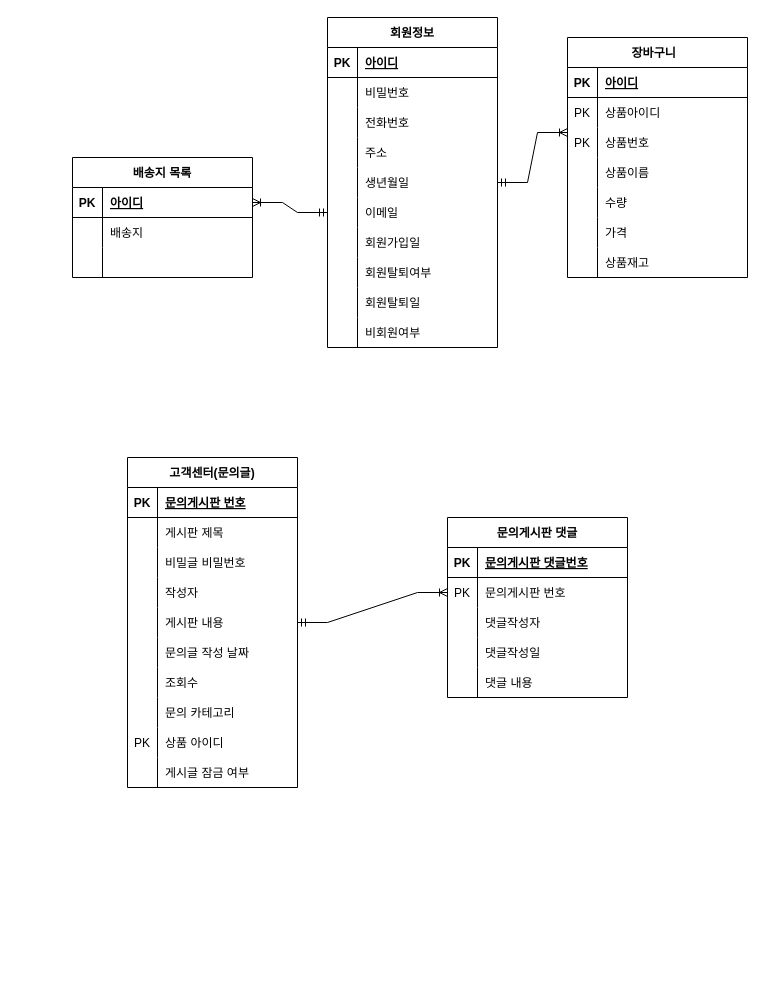
Before: 제목 없는 다이어그램.drawio in biii04/index01, a draw.io diagram. Source tidied: cells renumbered, new cells numbered last; positions are measured from the earlier drawing's top-left corner, leaving out a move shared by most shapes. Both pictures are drawn from the tidied source at 100%, with x=0, y=0 at pixel (72, 17).
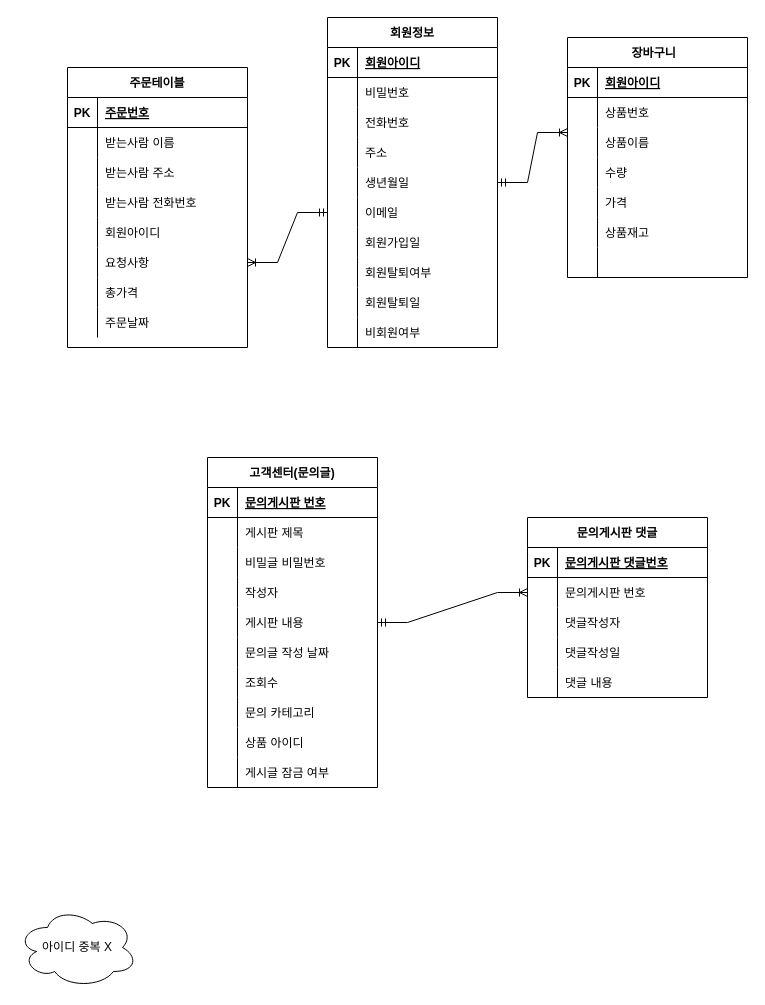
The same diagram, later.

Commit message:
제목 없는 다이어그램.drawio 업데이트

The change refers to these unchanged cells:
```xml
<mxCell id="3" style="shape=tableRow;horizontal=0;startSize=0;swimlaneHead=0;swimlaneBody=0;fillColor=none;top=0;left=0;right=0;bottom=1;" parent="2" vertex="1">
  <mxGeometry y="30" width="170" height="30" as="geometry" />
</mxCell>
<mxCell id="18" style="shape=tableRow;horizontal=0;startSize=0;swimlaneHead=0;swimlaneBody=0;fillColor=none;points=[[0,0.5],[1,0.5]];portConstraint=eastwest;top=0;left=0;right=0;bottom=0;" parent="2" vertex="1">
  <mxGeometry y="180" width="170" height="30" as="geometry" />
</mxCell>
<mxCell id="34" style="shape=tableRow;horizontal=0;startSize=0;swimlaneHead=0;swimlaneBody=0;fillColor=none;top=0;left=0;right=0;bottom=1;" parent="33" vertex="1">
  <mxGeometry y="30" width="180" height="30" as="geometry" />
</mxCell>
<mxCell id="37" style="shape=tableRow;horizontal=0;startSize=0;swimlaneHead=0;swimlaneBody=0;fillColor=none;top=0;left=0;right=0;bottom=0;" parent="33" vertex="1">
  <mxGeometry y="60" width="180" height="30" as="geometry" />
</mxCell>
<mxCell id="40" style="shape=tableRow;horizontal=0;startSize=0;swimlaneHead=0;swimlaneBody=0;fillColor=none;points=[[0,0.5],[1,0.5]];portConstraint=eastwest;top=0;left=0;right=0;bottom=0;" parent="33" vertex="1">
  <mxGeometry y="90" width="180" height="30" as="geometry" />
</mxCell>
<mxCell id="43" style="shape=tableRow;horizontal=0;startSize=0;swimlaneHead=0;swimlaneBody=0;fillColor=none;top=0;left=0;right=0;bottom=0;" parent="33" vertex="1">
  <mxGeometry y="120" width="180" height="30" as="geometry" />
</mxCell>
<mxCell id="46" style="shape=tableRow;horizontal=0;startSize=0;swimlaneHead=0;swimlaneBody=0;fillColor=none;top=0;left=0;right=0;bottom=0;" parent="33" vertex="1">
  <mxGeometry y="150" width="180" height="30" as="geometry" />
</mxCell>
<mxCell id="49" style="shape=tableRow;horizontal=0;startSize=0;swimlaneHead=0;swimlaneBody=0;fillColor=none;top=0;left=0;right=0;bottom=0;" parent="33" vertex="1">
  <mxGeometry y="180" width="180" height="30" as="geometry" />
</mxCell>
<mxCell id="52" style="shape=tableRow;horizontal=0;startSize=0;swimlaneHead=0;swimlaneBody=0;fillColor=none;top=0;left=0;right=0;bottom=0;" parent="33" vertex="1">
  <mxGeometry y="210" width="180" height="30" as="geometry" />
</mxCell>
<mxCell id="80" style="shape=tableRow;horizontal=0;startSize=0;swimlaneHead=0;swimlaneBody=0;fillColor=none;top=0;left=0;right=0;bottom=0;" parent="55" vertex="1">
  <mxGeometry y="270" width="170" height="30" as="geometry" />
</mxCell>
<mxCell id="90" style="shape=tableRow;horizontal=0;startSize=0;swimlaneHead=0;swimlaneBody=0;fillColor=none;points=[[0,0.5],[1,0.5]];portConstraint=eastwest;top=0;left=0;right=0;bottom=0;" parent="86" vertex="1">
  <mxGeometry y="60" width="180" height="30" as="geometry" />
</mxCell>
```

What changed in the source:
```diff
@@
-    <mxCell id="5" value="아이디" style="shape=partialRectangle;fillColor=none;top=0;left=0;bottom=0;right=0;align=left;spacingLeft=6;fontStyle=5;overflow=hidden;" parent="3" vertex="1">
+    <mxCell id="5" value="회원아이디" style="shape=partialRectangle;fillColor=none;top=0;left=0;bottom=0;right=0;align=left;spacingLeft=6;fontStyle=5;overflow=hidden;" parent="3" vertex="1">
       <mxGeometry x="30" width="140" height="30" as="geometry" />
     </mxCell>
@@
-    <mxCell id="36" value="아이디" style="shape=partialRectangle;fillColor=none;top=0;left=0;bottom=0;right=0;align=left;spacingLeft=6;fontStyle=5;overflow=hidden;" parent="34" vertex="1">
+    <mxCell id="36" value="회원아이디" style="shape=partialRectangle;fillColor=none;top=0;left=0;bottom=0;right=0;align=left;spacingLeft=6;fontStyle=5;overflow=hidden;" parent="34" vertex="1">
       <mxGeometry x="30" width="150" height="30" as="geometry" />
     </mxCell>
@@
-    <mxCell id="38" value="PK" style="shape=partialRectangle;fillColor=none;top=0;left=0;bottom=0;right=0;overflow=hidden;" parent="37" vertex="1">
+    <mxCell id="38" style="shape=partialRectangle;fillColor=none;top=0;left=0;bottom=0;right=0;overflow=hidden;" parent="37" vertex="1">
       <mxGeometry width="30" height="30" as="geometry" />
     </mxCell>
-    <mxCell id="39" value="상품아이디" style="shape=partialRectangle;fillColor=none;top=0;left=0;bottom=0;right=0;align=left;spacingLeft=6;overflow=hidden;" parent="37" vertex="1">
+    <mxCell id="39" value="상품번호" style="shape=partialRectangle;fillColor=none;top=0;left=0;bottom=0;right=0;align=left;spacingLeft=6;overflow=hidden;" parent="37" vertex="1">
       <mxGeometry x="30" width="150" height="30" as="geometry" />
     </mxCell>
@@
-    <mxCell id="41" value="PK" style="shape=partialRectangle;fillColor=none;top=0;left=0;bottom=0;right=0;overflow=hidden;" parent="40" vertex="1">
+    <mxCell id="41" style="shape=partialRectangle;fillColor=none;top=0;left=0;bottom=0;right=0;overflow=hidden;" parent="40" vertex="1">
       <mxGeometry width="30" height="30" as="geometry" />
     </mxCell>
-    <mxCell id="42" value="상품번호" style="shape=partialRectangle;fillColor=none;top=0;left=0;bottom=0;right=0;align=left;spacingLeft=6;overflow=hidden;" parent="40" vertex="1">
+    <mxCell id="42" value="상품이름" style="shape=partialRectangle;fillColor=none;top=0;left=0;bottom=0;right=0;align=left;spacingLeft=6;overflow=hidden;" parent="40" vertex="1">
       <mxGeometry x="30" width="150" height="30" as="geometry" />
     </mxCell>
@@
-    <mxCell id="45" value="상품이름" style="shape=partialRectangle;fillColor=none;top=0;left=0;bottom=0;right=0;align=left;spacingLeft=6;overflow=hidden;" parent="43" vertex="1">
+    <mxCell id="45" value="수량" style="shape=partialRectangle;fillColor=none;top=0;left=0;bottom=0;right=0;align=left;spacingLeft=6;overflow=hidden;" parent="43" vertex="1">
       <mxGeometry x="30" width="150" height="30" as="geometry" />
     </mxCell>
@@
-    <mxCell id="48" value="수량" style="shape=partialRectangle;fillColor=none;top=0;left=0;bottom=0;right=0;align=left;spacingLeft=6;overflow=hidden;" parent="46" vertex="1">
+    <mxCell id="48" value="가격" style="shape=partialRectangle;fillColor=none;top=0;left=0;bottom=0;right=0;align=left;spacingLeft=6;overflow=hidden;" parent="46" vertex="1">
       <mxGeometry x="30" width="150" height="30" as="geometry" />
     </mxCell>
@@
-    <mxCell id="51" value="가격" style="shape=partialRectangle;fillColor=none;top=0;left=0;bottom=0;right=0;align=left;spacingLeft=6;overflow=hidden;" parent="49" vertex="1">
+    <mxCell id="51" value="상품재고" style="shape=partialRectangle;fillColor=none;top=0;left=0;bottom=0;right=0;align=left;spacingLeft=6;overflow=hidden;" parent="49" vertex="1">
       <mxGeometry x="30" width="150" height="30" as="geometry" />
     </mxCell>
@@
-    <mxCell id="54" value="상품재고" style="shape=partialRectangle;fillColor=none;top=0;left=0;bottom=0;right=0;align=left;spacingLeft=6;overflow=hidden;" parent="52" vertex="1">
+    <mxCell id="54" style="shape=partialRectangle;fillColor=none;top=0;left=0;bottom=0;right=0;align=left;spacingLeft=6;overflow=hidden;" parent="52" vertex="1">
       <mxGeometry x="30" width="150" height="30" as="geometry" />
     </mxCell>
     <mxCell id="55" value="고객센터(문의글)" style="shape=table;startSize=30;childLayout=tableLayout;rowLines=0;fontStyle=1;align=center;" parent="1" vertex="1">
-      <mxGeometry x="55" y="440" width="170" height="330" as="geometry" />
+      <mxGeometry x="135" y="440" width="170" height="330" as="geometry" />
     </mxCell>
@@
-    <mxCell id="81" value="PK" style="shape=partialRectangle;fillColor=none;top=0;left=0;bottom=0;right=0;overflow=hidden;" parent="80" vertex="1">
+    <mxCell id="81" style="shape=partialRectangle;fillColor=none;top=0;left=0;bottom=0;right=0;overflow=hidden;" parent="80" vertex="1">
       <mxGeometry width="30" height="30" as="geometry" />
     </mxCell>
@@
     <mxCell id="86" value="문의게시판 댓글" style="shape=table;startSize=30;childLayout=tableLayout;rowLines=0;fontStyle=1;align=center;" parent="1" vertex="1">
-      <mxGeometry x="375" y="500" width="180" height="180" as="geometry" />
+      <mxGeometry x="455" y="500" width="180" height="180" as="geometry" />
     </mxCell>
@@
-    <mxCell id="91" value="PK" style="shape=partialRectangle;fillColor=none;top=0;left=0;bottom=0;right=0;overflow=hidden;" parent="90" vertex="1">
+    <mxCell id="91" style="shape=partialRectangle;fillColor=none;top=0;left=0;bottom=0;right=0;overflow=hidden;" parent="90" vertex="1">
       <mxGeometry width="30" height="30" as="geometry" />
     </mxCell>
@@
-    <mxCell id="102" value="배송지 목록" style="shape=table;startSize=30;childLayout=tableLayout;rowLines=0;fontStyle=1;align=center;" parent="1" vertex="1">
-      <mxGeometry y="140" width="180" height="120" as="geometry" />
-    </mxCell>
-    <mxCell id="103" style="shape=tableRow;horizontal=0;startSize=0;swimlaneHead=0;swimlaneBody=0;fillColor=none;points=[[0,0.5],[1,0.5]];portConstraint=eastwest;top=0;left=0;right=0;bottom=1;" parent="102" vertex="1">
-      <mxGeometry y="30" width="180" height="30" as="geometry" />
-    </mxCell>
-    <mxCell id="104" value="PK" style="shape=partialRectangle;fillColor=none;top=0;left=0;bottom=0;right=0;fontStyle=1;overflow=hidden;" parent="103" vertex="1">
-      <mxGeometry width="30" height="30" as="geometry" />
-    </mxCell>
-    <mxCell id="105" value="아이디" style="shape=partialRectangle;fillColor=none;top=0;left=0;bottom=0;right=0;align=left;spacingLeft=6;fontStyle=5;overflow=hidden;" parent="103" vertex="1">
-      <mxGeometry x="30" width="150" height="30" as="geometry" />
-    </mxCell>
-    <mxCell id="106" style="shape=tableRow;horizontal=0;startSize=0;swimlaneHead=0;swimlaneBody=0;fillColor=none;top=0;left=0;right=0;bottom=0;" parent="102" vertex="1">
-      <mxGeometry y="60" width="180" height="30" as="geometry" />
-    </mxCell>
-    <mxCell id="107" style="shape=partialRectangle;fillColor=none;top=0;left=0;bottom=0;right=0;overflow=hidden;" parent="106" vertex="1">
-      <mxGeometry width="30" height="30" as="geometry" />
-    </mxCell>
-    <mxCell id="108" value="배송지" style="shape=partialRectangle;fillColor=none;top=0;left=0;bottom=0;right=0;align=left;spacingLeft=6;overflow=hidden;" parent="106" vertex="1">
-      <mxGeometry x="30" width="150" height="30" as="geometry" />
-    </mxCell>
-    <mxCell id="109" style="shape=tableRow;horizontal=0;startSize=0;swimlaneHead=0;swimlaneBody=0;fillColor=none;top=0;left=0;right=0;bottom=0;" parent="102" vertex="1">
-      <mxGeometry y="90" width="180" height="30" as="geometry" />
-    </mxCell>
-    <mxCell id="110" style="shape=partialRectangle;fillColor=none;top=0;left=0;bottom=0;right=0;overflow=hidden;" parent="109" vertex="1">
-      <mxGeometry width="30" height="30" as="geometry" />
-    </mxCell>
-    <mxCell id="111" style="shape=partialRectangle;fillColor=none;top=0;left=0;bottom=0;right=0;align=left;spacingLeft=6;overflow=hidden;" parent="109" vertex="1">
-      <mxGeometry x="30" width="150" height="30" as="geometry" />
-    </mxCell>
@@
-    <mxCell id="113" style="edgeStyle=entityRelationEdgeStyle;fontSize=12;html=1;endArrow=ERoneToMany;startArrow=ERmandOne;rounded=0;exitX=0;exitY=0.5;exitDx=0;exitDy=0;entryX=1;entryY=0.5;entryDx=0;entryDy=0;" parent="1" edge="1" source="18" target="103">
+    <mxCell id="113" style="edgeStyle=entityRelationEdgeStyle;fontSize=12;html=1;endArrow=ERoneToMany;startArrow=ERmandOne;rounded=0;exitX=0;exitY=0.5;exitDx=0;exitDy=0;" parent="1" edge="1" source="18" target="128">
       <mxGeometry relative="1" as="geometry" />
     </mxCell>
@@
+    <mxCell id="115" value="아이디 중복 X" style="ellipse;shape=cloud;whiteSpace=wrap;html=1;" parent="1" vertex="1">
+      <mxGeometry x="-55" y="890" width="120" height="80" as="geometry" />
+    </mxCell>
+    <mxCell id="116" value="주문테이블" style="shape=table;startSize=30;childLayout=tableLayout;rowLines=0;fontStyle=1;align=center;" parent="1" vertex="1">
+      <mxGeometry x="-5" y="50" width="180" height="280" as="geometry" />
+    </mxCell>
+    <mxCell id="103" style="shape=tableRow;horizontal=0;startSize=0;swimlaneHead=0;swimlaneBody=0;fillColor=none;points=[[0,0.5],[1,0.5]];portConstraint=eastwest;top=0;left=0;right=0;bottom=1;" parent="116" vertex="1">
+      <mxGeometry y="30" width="180" height="30" as="geometry" />
+    </mxCell>
+    <mxCell id="104" value="PK" style="shape=partialRectangle;fillColor=none;top=0;left=0;bottom=0;right=0;fontStyle=1;overflow=hidden;" parent="103" vertex="1">
+      <mxGeometry width="30" height="30" as="geometry" />
+    </mxCell>
+    <mxCell id="117" value="주문번호" style="shape=partialRectangle;fillColor=none;top=0;left=0;bottom=0;right=0;align=left;spacingLeft=6;fontStyle=5;overflow=hidden;" parent="103" vertex="1">
+      <mxGeometry x="30" width="150" height="30" as="geometry" />
+    </mxCell>
+    <mxCell id="106" style="shape=tableRow;horizontal=0;startSize=0;swimlaneHead=0;swimlaneBody=0;fillColor=none;top=0;left=0;right=0;bottom=0;" parent="116" vertex="1">
+      <mxGeometry y="60" width="180" height="30" as="geometry" />
+    </mxCell>
+    <mxCell id="118" style="shape=partialRectangle;fillColor=none;top=0;left=0;bottom=0;right=0;overflow=hidden;" parent="106" vertex="1">
+      <mxGeometry width="30" height="30" as="geometry" />
+    </mxCell>
+    <mxCell id="119" value="받는사람 이름" style="shape=partialRectangle;fillColor=none;top=0;left=0;bottom=0;right=0;align=left;spacingLeft=6;overflow=hidden;" parent="106" vertex="1">
+      <mxGeometry x="30" width="150" height="30" as="geometry" />
+    </mxCell>
+    <mxCell id="109" style="shape=tableRow;horizontal=0;startSize=0;swimlaneHead=0;swimlaneBody=0;fillColor=none;top=0;left=0;right=0;bottom=0;" parent="116" vertex="1">
+      <mxGeometry y="90" width="180" height="30" as="geometry" />
+    </mxCell>
+    <mxCell id="120" style="shape=partialRectangle;fillColor=none;top=0;left=0;bottom=0;right=0;overflow=hidden;" parent="109" vertex="1">
+      <mxGeometry width="30" height="30" as="geometry" />
+    </mxCell>
+    <mxCell id="121" value="받는사람 주소" style="shape=partialRectangle;fillColor=none;top=0;left=0;bottom=0;right=0;align=left;spacingLeft=6;overflow=hidden;" parent="109" vertex="1">
+      <mxGeometry x="30" width="150" height="30" as="geometry" />
+    </mxCell>
+    <mxCell id="122" style="shape=tableRow;horizontal=0;startSize=0;swimlaneHead=0;swimlaneBody=0;fillColor=none;top=0;left=0;right=0;bottom=0;" parent="116" vertex="1">
+      <mxGeometry y="120" width="180" height="30" as="geometry" />
+    </mxCell>
+    <mxCell id="123" style="shape=partialRectangle;fillColor=none;top=0;left=0;bottom=0;right=0;overflow=hidden;" parent="122" vertex="1">
+      <mxGeometry width="30" height="30" as="geometry" />
+    </mxCell>
+    <mxCell id="124" value="받는사람 전화번호" style="shape=partialRectangle;fillColor=none;top=0;left=0;bottom=0;right=0;align=left;spacingLeft=6;overflow=hidden;" parent="122" vertex="1">
+      <mxGeometry x="30" width="150" height="30" as="geometry" />
+    </mxCell>
+    <mxCell id="125" style="shape=tableRow;horizontal=0;startSize=0;swimlaneHead=0;swimlaneBody=0;fillColor=none;top=0;left=0;right=0;bottom=0;" parent="116" vertex="1">
+      <mxGeometry y="150" width="180" height="30" as="geometry" />
+    </mxCell>
+    <mxCell id="126" style="shape=partialRectangle;fillColor=none;top=0;left=0;bottom=0;right=0;overflow=hidden;" parent="125" vertex="1">
+      <mxGeometry width="30" height="30" as="geometry" />
+    </mxCell>
+    <mxCell id="127" value="회원아이디" style="shape=partialRectangle;fillColor=none;top=0;left=0;bottom=0;right=0;align=left;spacingLeft=6;overflow=hidden;" parent="125" vertex="1">
+      <mxGeometry x="30" width="150" height="30" as="geometry" />
+    </mxCell>
+    <mxCell id="128" style="shape=tableRow;horizontal=0;startSize=0;swimlaneHead=0;swimlaneBody=0;fillColor=none;points=[[0,0.5],[1,0.5]];portConstraint=eastwest;top=0;left=0;right=0;bottom=0;" parent="116" vertex="1">
+      <mxGeometry y="180" width="180" height="30" as="geometry" />
+    </mxCell>
+    <mxCell id="129" style="shape=partialRectangle;fillColor=none;top=0;left=0;bottom=0;right=0;overflow=hidden;" parent="128" vertex="1">
+      <mxGeometry width="30" height="30" as="geometry" />
+    </mxCell>
+    <mxCell id="130" value="요청사항" style="shape=partialRectangle;fillColor=none;top=0;left=0;bottom=0;right=0;align=left;spacingLeft=6;overflow=hidden;" parent="128" vertex="1">
+      <mxGeometry x="30" width="150" height="30" as="geometry" />
+    </mxCell>
+    <mxCell id="131" style="shape=tableRow;horizontal=0;startSize=0;swimlaneHead=0;swimlaneBody=0;fillColor=none;top=0;left=0;right=0;bottom=0;" parent="116" vertex="1">
+      <mxGeometry y="210" width="180" height="30" as="geometry" />
+    </mxCell>
+    <mxCell id="132" style="shape=partialRectangle;fillColor=none;top=0;left=0;bottom=0;right=0;overflow=hidden;" parent="131" vertex="1">
+      <mxGeometry width="30" height="30" as="geometry" />
+    </mxCell>
+    <mxCell id="133" value="총가격" style="shape=partialRectangle;fillColor=none;top=0;left=0;bottom=0;right=0;align=left;spacingLeft=6;overflow=hidden;" parent="131" vertex="1">
+      <mxGeometry x="30" width="150" height="30" as="geometry" />
+    </mxCell>
+    <mxCell id="134" style="shape=tableRow;horizontal=0;startSize=0;swimlaneHead=0;swimlaneBody=0;fillColor=none;top=0;left=0;right=0;bottom=0;" parent="116" vertex="1">
+      <mxGeometry y="240" width="180" height="30" as="geometry" />
+    </mxCell>
+    <mxCell id="135" style="shape=partialRectangle;fillColor=none;top=0;left=0;bottom=0;right=0;overflow=hidden;" parent="134" vertex="1">
+      <mxGeometry width="30" height="30" as="geometry" />
+    </mxCell>
+    <mxCell id="136" value="주문날짜" style="shape=partialRectangle;fillColor=none;top=0;left=0;bottom=0;right=0;align=left;spacingLeft=6;overflow=hidden;" parent="134" vertex="1">
+      <mxGeometry x="30" width="150" height="30" as="geometry" />
+    </mxCell>
```
